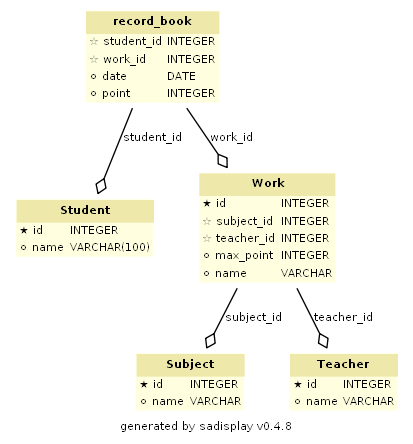
Before: Database/schema.png, a diagram exported from Graphviz (lenok97/webCourseProject). Its source is kept beside it as Database/schema.dot. The source it was exported from:
```dot
        digraph G {
            label = "generated by sadisplay v0.4.8";
            fontname = "Bitstream Vera Sans"
            fontsize = 8

            node [
                fontname = "Bitstream Vera Sans"
                fontsize = 8
                shape = "plaintext"
            ]

            edge [
                fontname = "Bitstream Vera Sans"
                fontsize = 8
            ]


        record_book [label=<
        <TABLE BGCOLOR="lightyellow" BORDER="0"
            CELLBORDER="0" CELLSPACING="0">
                <TR><TD COLSPAN="2" CELLPADDING="4"
                        ALIGN="CENTER" BGCOLOR="palegoldenrod"
                ><FONT FACE="Helvetica Bold" COLOR="black"
                >record_book</FONT></TD></TR><TR><TD ALIGN="LEFT" BORDER="0"
        ><FONT FACE="Bitstream Vera Sans">☆ student_id</FONT
        ></TD><TD ALIGN="LEFT"
        ><FONT FACE="Bitstream Vera Sans">INTEGER</FONT
        ></TD></TR> <TR><TD ALIGN="LEFT" BORDER="0"
        ><FONT FACE="Bitstream Vera Sans">☆ work_id</FONT
        ></TD><TD ALIGN="LEFT"
        ><FONT FACE="Bitstream Vera Sans">INTEGER</FONT
        ></TD></TR> <TR><TD ALIGN="LEFT" BORDER="0"
        ><FONT FACE="Bitstream Vera Sans">⚪ date</FONT
        ></TD><TD ALIGN="LEFT"
        ><FONT FACE="Bitstream Vera Sans">DATE</FONT
        ></TD></TR> <TR><TD ALIGN="LEFT" BORDER="0"
        ><FONT FACE="Bitstream Vera Sans">⚪ point</FONT
        ></TD><TD ALIGN="LEFT"
        ><FONT FACE="Bitstream Vera Sans">INTEGER</FONT
        ></TD></TR>
        </TABLE>
    >]


        Student [label=<
        <TABLE BGCOLOR="lightyellow" BORDER="0"
            CELLBORDER="0" CELLSPACING="0">
                <TR><TD COLSPAN="2" CELLPADDING="4"
                        ALIGN="CENTER" BGCOLOR="palegoldenrod"
                ><FONT FACE="Helvetica Bold" COLOR="black"
                >Student</FONT></TD></TR><TR><TD ALIGN="LEFT" BORDER="0"
        ><FONT FACE="Bitstream Vera Sans">★ id</FONT
        ></TD><TD ALIGN="LEFT"
        ><FONT FACE="Bitstream Vera Sans">INTEGER</FONT
        ></TD></TR> <TR><TD ALIGN="LEFT" BORDER="0"
        ><FONT FACE="Bitstream Vera Sans">⚪ name</FONT
        ></TD><TD ALIGN="LEFT"
        ><FONT FACE="Bitstream Vera Sans">VARCHAR(100)</FONT
        ></TD></TR>
        </TABLE>
    >]


        Subject [label=<
        <TABLE BGCOLOR="lightyellow" BORDER="0"
            CELLBORDER="0" CELLSPACING="0">
                <TR><TD COLSPAN="2" CELLPADDING="4"
                        ALIGN="CENTER" BGCOLOR="palegoldenrod"
                ><FONT FACE="Helvetica Bold" COLOR="black"
                >Subject</FONT></TD></TR><TR><TD ALIGN="LEFT" BORDER="0"
        ><FONT FACE="Bitstream Vera Sans">★ id</FONT
        ></TD><TD ALIGN="LEFT"
        ><FONT FACE="Bitstream Vera Sans">INTEGER</FONT
        ></TD></TR> <TR><TD ALIGN="LEFT" BORDER="0"
        ><FONT FACE="Bitstream Vera Sans">⚪ name</FONT
        ></TD><TD ALIGN="LEFT"
        ><FONT FACE="Bitstream Vera Sans">VARCHAR</FONT
        ></TD></TR>
        </TABLE>
    >]


        Teacher [label=<
        <TABLE BGCOLOR="lightyellow" BORDER="0"
            CELLBORDER="0" CELLSPACING="0">
                <TR><TD COLSPAN="2" CELLPADDING="4"
                        ALIGN="CENTER" BGCOLOR="palegoldenrod"
                ><FONT FACE="Helvetica Bold" COLOR="black"
                >Teacher</FONT></TD></TR><TR><TD ALIGN="LEFT" BORDER="0"
        ><FONT FACE="Bitstream Vera Sans">★ id</FONT
        ></TD><TD ALIGN="LEFT"
        ><FONT FACE="Bitstream Vera Sans">INTEGER</FONT
        ></TD></TR> <TR><TD ALIGN="LEFT" BORDER="0"
        ><FONT FACE="Bitstream Vera Sans">⚪ name</FONT
        ></TD><TD ALIGN="LEFT"
        ><FONT FACE="Bitstream Vera Sans">VARCHAR</FONT
        ></TD></TR>
        </TABLE>
    >]


        Work [label=<
        <TABLE BGCOLOR="lightyellow" BORDER="0"
            CELLBORDER="0" CELLSPACING="0">
                <TR><TD COLSPAN="2" CELLPADDING="4"
                        ALIGN="CENTER" BGCOLOR="palegoldenrod"
                ><FONT FACE="Helvetica Bold" COLOR="black"
                >Work</FONT></TD></TR><TR><TD ALIGN="LEFT" BORDER="0"
        ><FONT FACE="Bitstream Vera Sans">★ id</FONT
        ></TD><TD ALIGN="LEFT"
        ><FONT FACE="Bitstream Vera Sans">INTEGER</FONT
        ></TD></TR> <TR><TD ALIGN="LEFT" BORDER="0"
        ><FONT FACE="Bitstream Vera Sans">☆ subject_id</FONT
        ></TD><TD ALIGN="LEFT"
        ><FONT FACE="Bitstream Vera Sans">INTEGER</FONT
        ></TD></TR> <TR><TD ALIGN="LEFT" BORDER="0"
        ><FONT FACE="Bitstream Vera Sans">☆ teacher_id</FONT
        ></TD><TD ALIGN="LEFT"
        ><FONT FACE="Bitstream Vera Sans">INTEGER</FONT
        ></TD></TR> <TR><TD ALIGN="LEFT" BORDER="0"
        ><FONT FACE="Bitstream Vera Sans">⚪ max_point</FONT
        ></TD><TD ALIGN="LEFT"
        ><FONT FACE="Bitstream Vera Sans">INTEGER</FONT
        ></TD></TR> <TR><TD ALIGN="LEFT" BORDER="0"
        ><FONT FACE="Bitstream Vera Sans">⚪ name</FONT
        ></TD><TD ALIGN="LEFT"
        ><FONT FACE="Bitstream Vera Sans">VARCHAR</FONT
        ></TD></TR>
        </TABLE>
    >]

	edge [
		arrowhead = empty
	]
	edge [
		arrowhead = ediamond
		arrowtail = open
	]
	"record_book" -> "Student" [label = "student_id"]
	"record_book" -> "Work" [label = "work_id"]
	"Work" -> "Subject" [label = "subject_id"]
	"Work" -> "Teacher" [label = "teacher_id"]
}
```
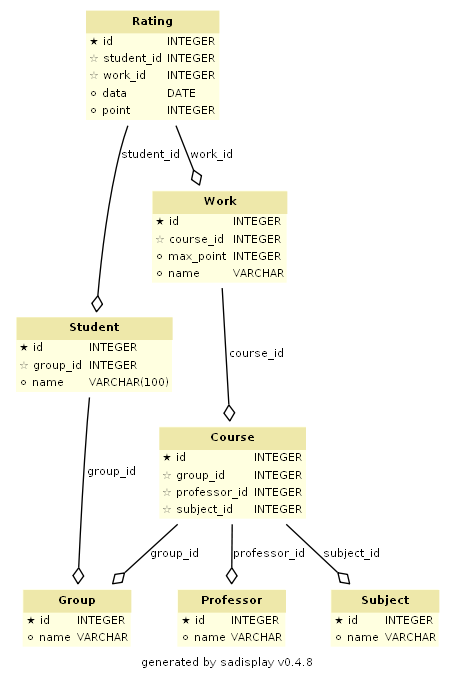
After the commit.

What changed in the source:
```diff
@@ -15,13 +15,82 @@
             ]
 
 
-        record_book [label=<
+        Course [label=<
         <TABLE BGCOLOR="lightyellow" BORDER="0"
             CELLBORDER="0" CELLSPACING="0">
                 <TR><TD COLSPAN="2" CELLPADDING="4"
                         ALIGN="CENTER" BGCOLOR="palegoldenrod"
                 ><FONT FACE="Helvetica Bold" COLOR="black"
-                >record_book</FONT></TD></TR><TR><TD ALIGN="LEFT" BORDER="0"
+                >Course</FONT></TD></TR><TR><TD ALIGN="LEFT" BORDER="0"
+        ><FONT FACE="Bitstream Vera Sans">★ id</FONT
+        ></TD><TD ALIGN="LEFT"
+        ><FONT FACE="Bitstream Vera Sans">INTEGER</FONT
+        ></TD></TR> <TR><TD ALIGN="LEFT" BORDER="0"
+        ><FONT FACE="Bitstream Vera Sans">☆ group_id</FONT
+        ></TD><TD ALIGN="LEFT"
+        ><FONT FACE="Bitstream Vera Sans">INTEGER</FONT
+        ></TD></TR> <TR><TD ALIGN="LEFT" BORDER="0"
+        ><FONT FACE="Bitstream Vera Sans">☆ professor_id</FONT
+        ></TD><TD ALIGN="LEFT"
+        ><FONT FACE="Bitstream Vera Sans">INTEGER</FONT
+        ></TD></TR> <TR><TD ALIGN="LEFT" BORDER="0"
+        ><FONT FACE="Bitstream Vera Sans">☆ subject_id</FONT
+        ></TD><TD ALIGN="LEFT"
+        ><FONT FACE="Bitstream Vera Sans">INTEGER</FONT
+        ></TD></TR>
+        </TABLE>
+    >]
+
+
+        Group [label=<
+        <TABLE BGCOLOR="lightyellow" BORDER="0"
+            CELLBORDER="0" CELLSPACING="0">
+                <TR><TD COLSPAN="2" CELLPADDING="4"
+                        ALIGN="CENTER" BGCOLOR="palegoldenrod"
+                ><FONT FACE="Helvetica Bold" COLOR="black"
+                >Group</FONT></TD></TR><TR><TD ALIGN="LEFT" BORDER="0"
+        ><FONT FACE="Bitstream Vera Sans">★ id</FONT
+        ></TD><TD ALIGN="LEFT"
+        ><FONT FACE="Bitstream Vera Sans">INTEGER</FONT
+        ></TD></TR> <TR><TD ALIGN="LEFT" BORDER="0"
+        ><FONT FACE="Bitstream Vera Sans">⚪ name</FONT
+        ></TD><TD ALIGN="LEFT"
+        ><FONT FACE="Bitstream Vera Sans">VARCHAR</FONT
+        ></TD></TR>
+        </TABLE>
+    >]
+
+
+        Professor [label=<
+        <TABLE BGCOLOR="lightyellow" BORDER="0"
+            CELLBORDER="0" CELLSPACING="0">
+                <TR><TD COLSPAN="2" CELLPADDING="4"
+                        ALIGN="CENTER" BGCOLOR="palegoldenrod"
+                ><FONT FACE="Helvetica Bold" COLOR="black"
+                >Professor</FONT></TD></TR><TR><TD ALIGN="LEFT" BORDER="0"
+        ><FONT FACE="Bitstream Vera Sans">★ id</FONT
+        ></TD><TD ALIGN="LEFT"
+        ><FONT FACE="Bitstream Vera Sans">INTEGER</FONT
+        ></TD></TR> <TR><TD ALIGN="LEFT" BORDER="0"
+        ><FONT FACE="Bitstream Vera Sans">⚪ name</FONT
+        ></TD><TD ALIGN="LEFT"
+        ><FONT FACE="Bitstream Vera Sans">VARCHAR</FONT
+        ></TD></TR>
+        </TABLE>
+    >]
+
+
+        Rating [label=<
+        <TABLE BGCOLOR="lightyellow" BORDER="0"
+            CELLBORDER="0" CELLSPACING="0">
+                <TR><TD COLSPAN="2" CELLPADDING="4"
+                        ALIGN="CENTER" BGCOLOR="palegoldenrod"
+                ><FONT FACE="Helvetica Bold" COLOR="black"
+                >Rating</FONT></TD></TR><TR><TD ALIGN="LEFT" BORDER="0"
+        ><FONT FACE="Bitstream Vera Sans">★ id</FONT
+        ></TD><TD ALIGN="LEFT"
+        ><FONT FACE="Bitstream Vera Sans">INTEGER</FONT
+        ></TD></TR> <TR><TD ALIGN="LEFT" BORDER="0"
         ><FONT FACE="Bitstream Vera Sans">☆ student_id</FONT
         ></TD><TD ALIGN="LEFT"
         ><FONT FACE="Bitstream Vera Sans">INTEGER</FONT
@@ -30,7 +99,7 @@
         ></TD><TD ALIGN="LEFT"
         ><FONT FACE="Bitstream Vera Sans">INTEGER</FONT
         ></TD></TR> <TR><TD ALIGN="LEFT" BORDER="0"
-        ><FONT FACE="Bitstream Vera Sans">⚪ date</FONT
+        ><FONT FACE="Bitstream Vera Sans">⚪ data</FONT
         ></TD><TD ALIGN="LEFT"
         ><FONT FACE="Bitstream Vera Sans">DATE</FONT
         ></TD></TR> <TR><TD ALIGN="LEFT" BORDER="0"
@@ -50,6 +119,10 @@
                 ><FONT FACE="Helvetica Bold" COLOR="black"
                 >Student</FONT></TD></TR><TR><TD ALIGN="LEFT" BORDER="0"
         ><FONT FACE="Bitstream Vera Sans">★ id</FONT
+        ></TD><TD ALIGN="LEFT"
+        ><FONT FACE="Bitstream Vera Sans">INTEGER</FONT
+        ></TD></TR> <TR><TD ALIGN="LEFT" BORDER="0"
+        ><FONT FACE="Bitstream Vera Sans">☆ group_id</FONT
         ></TD><TD ALIGN="LEFT"
         ><FONT FACE="Bitstream Vera Sans">INTEGER</FONT
         ></TD></TR> <TR><TD ALIGN="LEFT" BORDER="0"
@@ -80,25 +153,6 @@
     >]
 
 
-        Teacher [label=<
-        <TABLE BGCOLOR="lightyellow" BORDER="0"
-            CELLBORDER="0" CELLSPACING="0">
-                <TR><TD COLSPAN="2" CELLPADDING="4"
-                        ALIGN="CENTER" BGCOLOR="palegoldenrod"
-                ><FONT FACE="Helvetica Bold" COLOR="black"
-                >Teacher</FONT></TD></TR><TR><TD ALIGN="LEFT" BORDER="0"
-        ><FONT FACE="Bitstream Vera Sans">★ id</FONT
-        ></TD><TD ALIGN="LEFT"
-        ><FONT FACE="Bitstream Vera Sans">INTEGER</FONT
-        ></TD></TR> <TR><TD ALIGN="LEFT" BORDER="0"
-        ><FONT FACE="Bitstream Vera Sans">⚪ name</FONT
-        ></TD><TD ALIGN="LEFT"
-        ><FONT FACE="Bitstream Vera Sans">VARCHAR</FONT
-        ></TD></TR>
-        </TABLE>
-    >]
-
-
         Work [label=<
         <TABLE BGCOLOR="lightyellow" BORDER="0"
             CELLBORDER="0" CELLSPACING="0">
@@ -110,11 +164,7 @@
         ></TD><TD ALIGN="LEFT"
         ><FONT FACE="Bitstream Vera Sans">INTEGER</FONT
         ></TD></TR> <TR><TD ALIGN="LEFT" BORDER="0"
-        ><FONT FACE="Bitstream Vera Sans">☆ subject_id</FONT
-        ></TD><TD ALIGN="LEFT"
-        ><FONT FACE="Bitstream Vera Sans">INTEGER</FONT
-        ></TD></TR> <TR><TD ALIGN="LEFT" BORDER="0"
-        ><FONT FACE="Bitstream Vera Sans">☆ teacher_id</FONT
+        ><FONT FACE="Bitstream Vera Sans">☆ course_id</FONT
         ></TD><TD ALIGN="LEFT"
         ><FONT FACE="Bitstream Vera Sans">INTEGER</FONT
         ></TD></TR> <TR><TD ALIGN="LEFT" BORDER="0"
@@ -136,8 +186,11 @@
 		arrowhead = ediamond
 		arrowtail = open
 	]
-	"record_book" -> "Student" [label = "student_id"]
-	"record_book" -> "Work" [label = "work_id"]
-	"Work" -> "Subject" [label = "subject_id"]
-	"Work" -> "Teacher" [label = "teacher_id"]
+	"Course" -> "Subject" [label = "subject_id"]
+	"Course" -> "Group" [label = "group_id"]
+	"Course" -> "Professor" [label = "professor_id"]
+	"Rating" -> "Student" [label = "student_id"]
+	"Rating" -> "Work" [label = "work_id"]
+	"Student" -> "Group" [label = "group_id"]
+	"Work" -> "Course" [label = "course_id"]
 }
```
